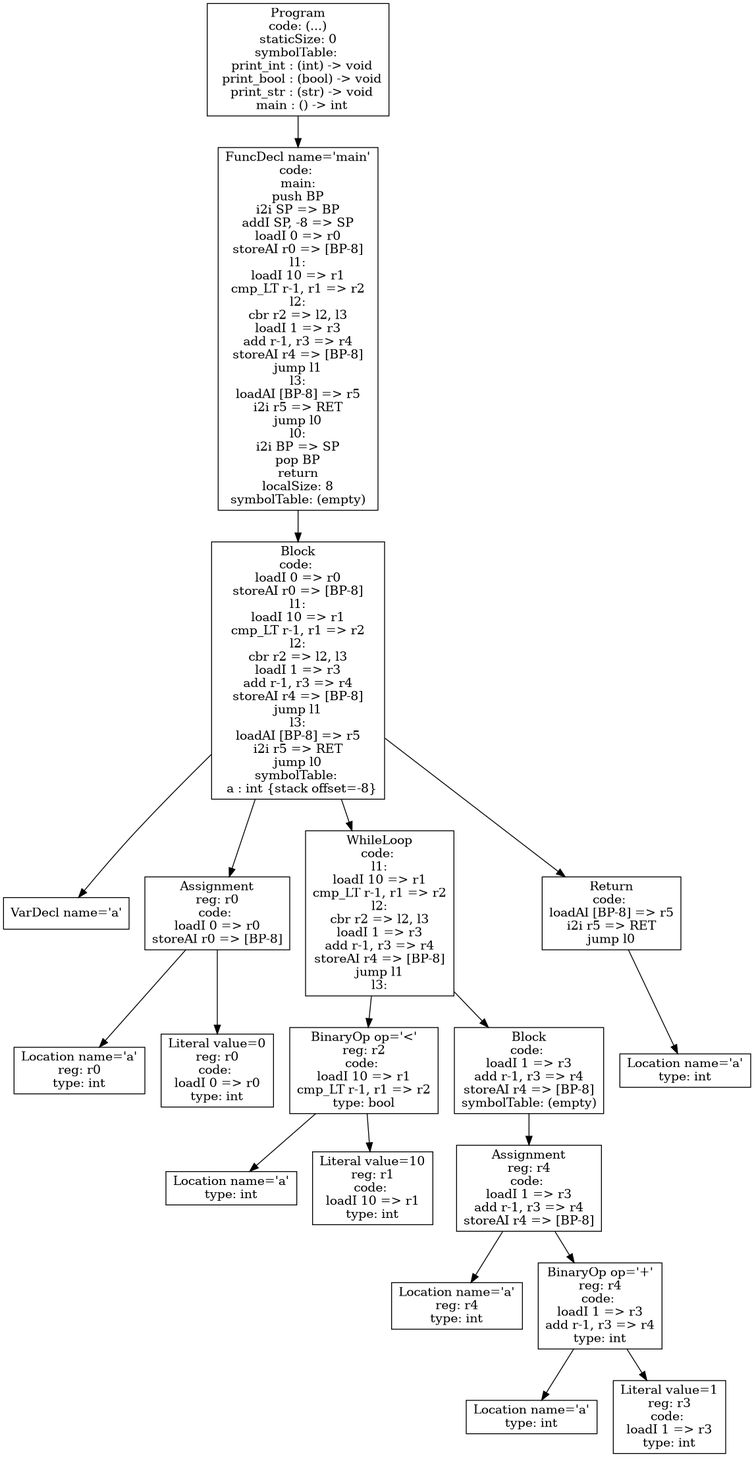
Above: p4-codegen/iloc-tree.png in atrim11/CS432 (Graphviz), before the change. Its source is kept beside it as p4-codegen/iloc-tree.dot.
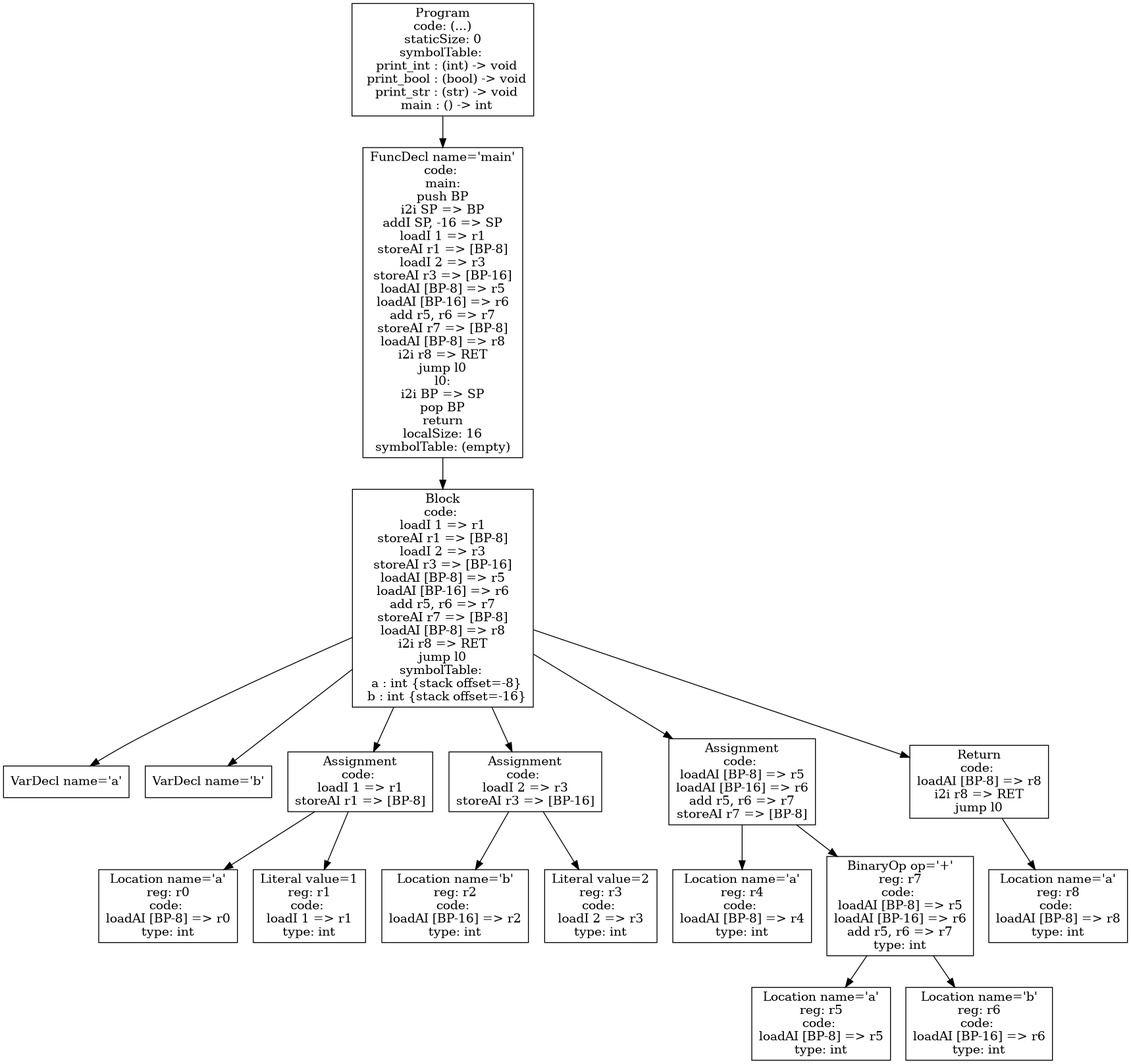
The same file after the commit.

What changed in the source:
```diff
@@ -1,38 +1,36 @@
 digraph AST {
 3 [shape=box, label="VarDecl name='a'"];
-5 [shape=box, label="Location name='a'\nreg: r0\ntype: int"];
-6 [shape=box, label="Literal value=0\nreg: r0\ncode: \nloadI 0 => r0\ntype: int"];
-4 [shape=box, label="Assignment\nreg: r0\ncode: \nloadI 0 => r0\nstoreAI r0 => [BP-8]"];
-4 -> 5;
-4 -> 6;
-9 [shape=box, label="Location name='a'\ntype: int"];
-10 [shape=box, label="Literal value=10\nreg: r1\ncode: \nloadI 10 => r1\ntype: int"];
-8 [shape=box, label="BinaryOp op='<'\nreg: r2\ncode: \nloadI 10 => r1\ncmp_LT r-1, r1 => r2\ntype: bool"];
+4 [shape=box, label="VarDecl name='b'"];
+6 [shape=box, label="Location name='a'\nreg: r0\ncode: \nloadAI [BP-8] => r0\ntype: int"];
+7 [shape=box, label="Literal value=1\nreg: r1\ncode: \nloadI 1 => r1\ntype: int"];
+5 [shape=box, label="Assignment\ncode: \nloadI 1 => r1\nstoreAI r1 => [BP-8]"];
+5 -> 6;
+5 -> 7;
+9 [shape=box, label="Location name='b'\nreg: r2\ncode: \nloadAI [BP-16] => r2\ntype: int"];
+10 [shape=box, label="Literal value=2\nreg: r3\ncode: \nloadI 2 => r3\ntype: int"];
+8 [shape=box, label="Assignment\ncode: \nloadI 2 => r3\nstoreAI r3 => [BP-16]"];
 8 -> 9;
 8 -> 10;
-13 [shape=box, label="Location name='a'\nreg: r4\ntype: int"];
-15 [shape=box, label="Location name='a'\ntype: int"];
-16 [shape=box, label="Literal value=1\nreg: r3\ncode: \nloadI 1 => r3\ntype: int"];
-14 [shape=box, label="BinaryOp op='+'\nreg: r4\ncode: \nloadI 1 => r3\nadd r-1, r3 => r4\ntype: int"];
-14 -> 15;
-14 -> 16;
-12 [shape=box, label="Assignment\nreg: r4\ncode: \nloadI 1 => r3\nadd r-1, r3 => r4\nstoreAI r4 => [BP-8]"];
-12 -> 13;
-12 -> 14;
-11 [shape=box, label="Block\ncode: \nloadI 1 => r3\nadd r-1, r3 => r4\nstoreAI r4 => [BP-8]\nsymbolTable: (empty)"];
+12 [shape=box, label="Location name='a'\nreg: r4\ncode: \nloadAI [BP-8] => r4\ntype: int"];
+14 [shape=box, label="Location name='a'\nreg: r5\ncode: \nloadAI [BP-8] => r5\ntype: int"];
+15 [shape=box, label="Location name='b'\nreg: r6\ncode: \nloadAI [BP-16] => r6\ntype: int"];
+13 [shape=box, label="BinaryOp op='+'\nreg: r7\ncode: \nloadAI [BP-8] => r5\nloadAI [BP-16] => r6\nadd r5, r6 => r7\ntype: int"];
+13 -> 14;
+13 -> 15;
+11 [shape=box, label="Assignment\ncode: \nloadAI [BP-8] => r5\nloadAI [BP-16] => r6\nadd r5, r6 => r7\nstoreAI r7 => [BP-8]"];
 11 -> 12;
-7 [shape=box, label="WhileLoop\ncode: \nl1:\nloadI 10 => r1\ncmp_LT r-1, r1 => r2\nl2:\ncbr r2 => l2, l3\nloadI 1 => r3\nadd r-1, r3 => r4\nstoreAI r4 => [BP-8]\njump l1\nl3:"];
-7 -> 8;
-7 -> 11;
-18 [shape=box, label="Location name='a'\ntype: int"];
-17 [shape=box, label="Return\ncode: \nloadAI [BP-8] => r5\ni2i r5 => RET\njump l0"];
-17 -> 18;
-2 [shape=box, label="Block\ncode: \nloadI 0 => r0\nstoreAI r0 => [BP-8]\nl1:\nloadI 10 => r1\ncmp_LT r-1, r1 => r2\nl2:\ncbr r2 => l2, l3\nloadI 1 => r3\nadd r-1, r3 => r4\nstoreAI r4 => [BP-8]\njump l1\nl3:\nloadAI [BP-8] => r5\ni2i r5 => RET\njump l0\nsymbolTable: \n  a : int {stack offset=-8}"];
+11 -> 13;
+17 [shape=box, label="Location name='a'\nreg: r8\ncode: \nloadAI [BP-8] => r8\ntype: int"];
+16 [shape=box, label="Return\ncode: \nloadAI [BP-8] => r8\ni2i r8 => RET\njump l0"];
+16 -> 17;
+2 [shape=box, label="Block\ncode: \nloadI 1 => r1\nstoreAI r1 => [BP-8]\nloadI 2 => r3\nstoreAI r3 => [BP-16]\nloadAI [BP-8] => r5\nloadAI [BP-16] => r6\nadd r5, r6 => r7\nstoreAI r7 => [BP-8]\nloadAI [BP-8] => r8\ni2i r8 => RET\njump l0\nsymbolTable: \n  a : int {stack offset=-8}\n  b : int {stack offset=-16}"];
 2 -> 3;
 2 -> 4;
-2 -> 7;
-2 -> 17;
-1 [shape=box, label="FuncDecl name='main'\ncode: \nmain:\npush BP\ni2i SP => BP\naddI SP, -8 => SP\nloadI 0 => r0\nstoreAI r0 => [BP-8]\nl1:\nloadI 10 => r1\ncmp_LT r-1, r1 => r2\nl2:\ncbr r2 => l2, l3\nloadI 1 => r3\nadd r-1, r3 => r4\nstoreAI r4 => [BP-8]\njump l1\nl3:\nloadAI [BP-8] => r5\ni2i r5 => RET\njump l0\nl0:\ni2i BP => SP\npop BP\nreturn\nlocalSize: 8\nsymbolTable: (empty)"];
+2 -> 5;
+2 -> 8;
+2 -> 11;
+2 -> 16;
+1 [shape=box, label="FuncDecl name='main'\ncode: \nmain:\npush BP\ni2i SP => BP\naddI SP, -16 => SP\nloadI 1 => r1\nstoreAI r1 => [BP-8]\nloadI 2 => r3\nstoreAI r3 => [BP-16]\nloadAI [BP-8] => r5\nloadAI [BP-16] => r6\nadd r5, r6 => r7\nstoreAI r7 => [BP-8]\nloadAI [BP-8] => r8\ni2i r8 => RET\njump l0\nl0:\ni2i BP => SP\npop BP\nreturn\nlocalSize: 16\nsymbolTable: (empty)"];
 1 -> 2;
 0 [shape=box, label="Program\ncode: (...)\nstaticSize: 0\nsymbolTable: \n  print_int : (int) -> void\n  print_bool : (bool) -> void\n  print_str : (str) -> void\n  main : () -> int"];
 0 -> 1;
```
